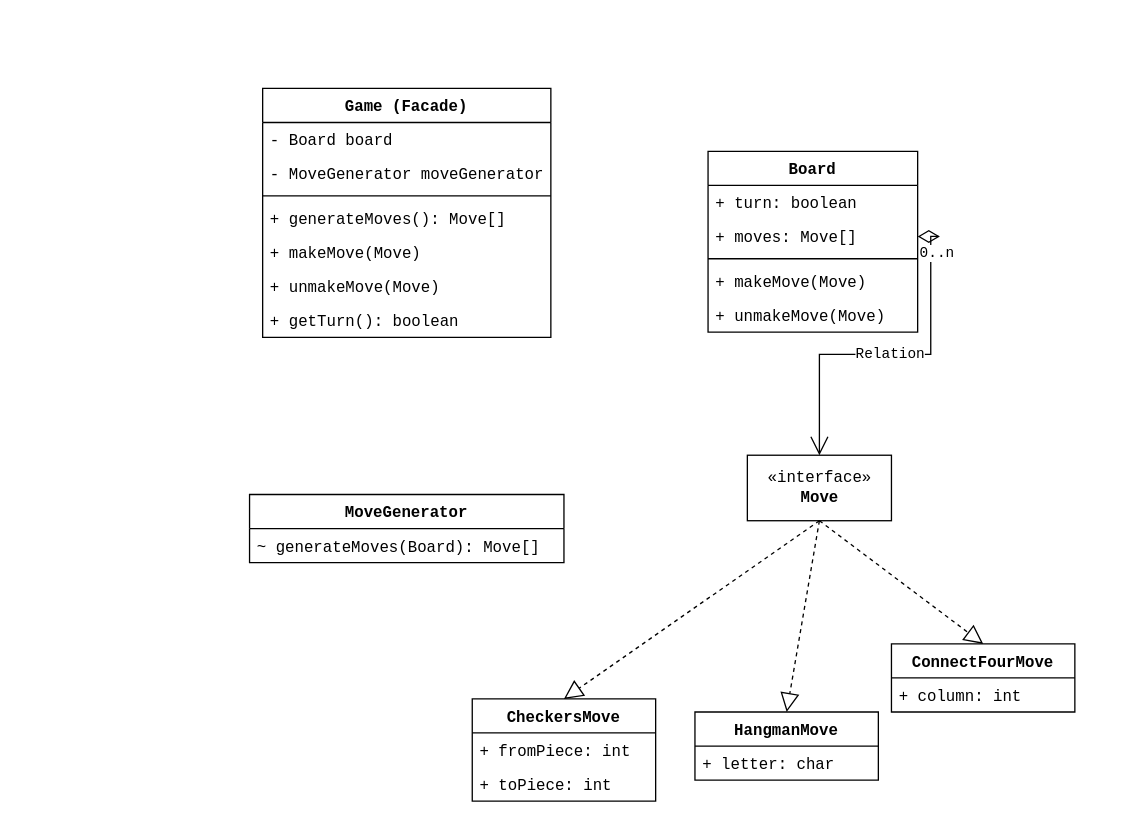
Earlier version of the draw.io diagram doc/uml.drawio (amygrinn/cps240-term-project). Source tidied: cells renumbered, new cells numbered last; positions are measured from the earlier drawing's top-left corner, leaving out a move shared by most shapes. Both pictures are drawn from the tidied source at 131%, with x=0, y=0 at pixel (249, 88).
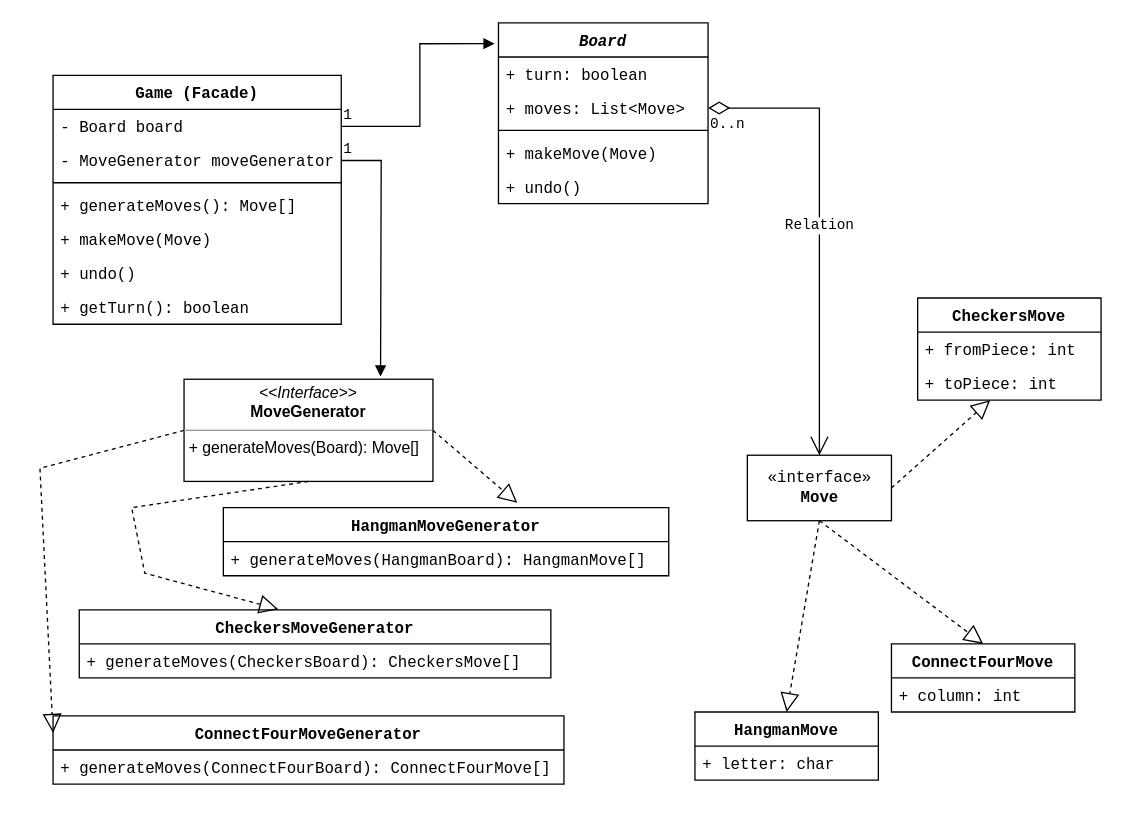
Above is the later version.

Unchanged cells that the change refers to:
```xml
<mxCell id="5" value="- Board board" style="text;strokeColor=none;fillColor=none;align=left;verticalAlign=top;spacingLeft=4;spacingRight=4;overflow=hidden;points=[[0,0.5],[1,0.5]];portConstraint=eastwest;fontFamily=Courier New;" parent="4" vertex="1">
  <mxGeometry y="26" width="220" height="26" as="geometry" />
</mxCell>
<mxCell id="6" value="- MoveGenerator moveGenerator" style="text;strokeColor=none;fillColor=none;align=left;verticalAlign=top;spacingLeft=4;spacingRight=4;overflow=hidden;points=[[0,0.5],[1,0.5]];portConstraint=eastwest;fontFamily=Courier New;" parent="4" vertex="1">
  <mxGeometry y="52" width="220" height="26" as="geometry" />
</mxCell>
<mxCell id="18" value="+ toPiece: int" style="text;strokeColor=none;fillColor=none;align=left;verticalAlign=top;spacingLeft=4;spacingRight=4;overflow=hidden;points=[[0,0.5],[1,0.5]];portConstraint=eastwest;fontFamily=Courier New;" parent="16" vertex="1">
  <mxGeometry y="52" width="140" height="26" as="geometry" />
</mxCell>
<mxCell id="19" value="«interface»&lt;br&gt;&lt;b&gt;Move&lt;/b&gt;" style="html=1;fontFamily=Courier New;" parent="1" vertex="1">
  <mxGeometry x="380" y="280" width="110" height="50" as="geometry" />
</mxCell>
```

Diff of the diagram source:
```diff
@@
-    <mxCell id="2" value="MoveGenerator" style="swimlane;fontStyle=1;horizontal=1;startSize=26;fillColor=none;fontFamily=Courier New;" parent="1" vertex="1">
-      <mxGeometry y="310" width="240" height="52" as="geometry" />
-    </mxCell>
-    <mxCell id="3" value="~ generateMoves(Board): Move[]" style="text;strokeColor=none;fillColor=none;align=left;verticalAlign=top;spacingLeft=4;spacingRight=4;overflow=hidden;fontFamily=Courier New;" parent="2" vertex="1">
-      <mxGeometry y="26" width="240" height="26" as="geometry" />
-    </mxCell>
     <mxCell id="4" value="Game (Facade)" style="swimlane;fontStyle=1;align=center;verticalAlign=top;horizontal=1;startSize=26;fontFamily=Courier New;" parent="1" vertex="1">
-      <mxGeometry x="10" width="220" height="190" as="geometry" />
+      <mxGeometry x="-150" y="-10" width="220" height="190" as="geometry" />
     </mxCell>
@@
-    <mxCell id="10" value="+ unmakeMove(Move)" style="text;strokeColor=none;fillColor=none;align=left;verticalAlign=top;spacingLeft=4;spacingRight=4;overflow=hidden;fontFamily=Courier New;" parent="4" vertex="1">
+    <mxCell id="10" value="+ undo()" style="text;strokeColor=none;fillColor=none;align=left;verticalAlign=top;spacingLeft=4;spacingRight=4;overflow=hidden;fontFamily=Courier New;" parent="4" vertex="1">
       <mxGeometry y="138" width="220" height="26" as="geometry" />
     </mxCell>
@@
     <mxCell id="16" value="CheckersMove" style="swimlane;fontStyle=1;horizontal=1;startSize=26;fillColor=none;fontFamily=Courier New;" parent="1" vertex="1">
-      <mxGeometry x="170" y="466" width="140" height="78" as="geometry" />
+      <mxGeometry x="510" y="160" width="140" height="78" as="geometry" />
     </mxCell>
@@
-    <mxCell id="21" style="endArrow=block;dashed=1;endFill=0;endSize=12;html=1;rounded=0;fontFamily=Courier New;entryX=0.5;entryY=0;entryDx=0;entryDy=0;exitX=0.5;exitY=1;exitDx=0;exitDy=0;" parent="1" edge="1" source="19" target="16">
+    <mxCell id="21" style="endArrow=block;dashed=1;endFill=0;endSize=12;html=1;rounded=0;fontFamily=Courier New;exitX=1;exitY=0.5;exitDx=0;exitDy=0;" parent="1" edge="1" source="19" target="18">
       <mxGeometry relative="1" as="geometry" />
     </mxCell>
@@
-    <mxCell id="23" value="Board" style="swimlane;fontStyle=1;align=center;verticalAlign=top;horizontal=1;startSize=26;fontFamily=Courier New;" parent="1" vertex="1">
-      <mxGeometry x="350" y="48" width="160" height="138" as="geometry" />
+    <mxCell id="23" value="Board" style="swimlane;fontStyle=3;align=center;verticalAlign=top;horizontal=1;startSize=26;fontFamily=Courier New;" parent="1" vertex="1">
+      <mxGeometry x="190" y="-50" width="160" height="138" as="geometry" />
     </mxCell>
@@
-    <mxCell id="25" value="+ moves: Move[]" style="text;strokeColor=none;fillColor=none;align=left;verticalAlign=top;spacingLeft=4;spacingRight=4;overflow=hidden;points=[[0,0.5],[1,0.5]];portConstraint=eastwest;fontFamily=Courier New;" parent="23" vertex="1">
+    <mxCell id="25" value="+ moves: List&lt;Move&gt;" style="text;strokeColor=none;fillColor=none;align=left;verticalAlign=top;spacingLeft=4;spacingRight=4;overflow=hidden;points=[[0,0.5],[1,0.5]];portConstraint=eastwest;fontFamily=Courier New;" parent="23" vertex="1">
       <mxGeometry y="52" width="160" height="26" as="geometry" />
     </mxCell>
@@
-    <mxCell id="28" value="+ unmakeMove(Move)" style="text;strokeColor=none;fillColor=none;align=left;verticalAlign=top;spacingLeft=4;spacingRight=4;overflow=hidden;fontFamily=Courier New;" parent="23" vertex="1">
+    <mxCell id="28" value="+ undo()" style="text;strokeColor=none;fillColor=none;align=left;verticalAlign=top;spacingLeft=4;spacingRight=4;overflow=hidden;fontFamily=Courier New;" parent="23" vertex="1">
       <mxGeometry y="112" width="160" height="26" as="geometry" />
     </mxCell>
@@
+    <mxCell id="31" value="CheckersMoveGenerator" style="swimlane;fontStyle=1;horizontal=1;startSize=26;fillColor=none;fontFamily=Courier New;" parent="1" vertex="1">
+      <mxGeometry x="-130" y="398" width="360" height="52" as="geometry" />
+    </mxCell>
+    <mxCell id="32" value="+ generateMoves(CheckersBoard): CheckersMove[]" style="text;strokeColor=none;fillColor=none;align=left;verticalAlign=top;spacingLeft=4;spacingRight=4;overflow=hidden;fontFamily=Courier New;" parent="31" vertex="1">
+      <mxGeometry y="26" width="360" height="26" as="geometry" />
+    </mxCell>
+    <mxCell id="33" value="&lt;p style=&quot;margin:0px;margin-top:4px;text-align:center;&quot;&gt;&lt;i&gt;&amp;lt;&amp;lt;Interface&amp;gt;&amp;gt;&lt;/i&gt;&lt;br&gt;&lt;b&gt;MoveGenerator&lt;/b&gt;&lt;/p&gt;&lt;hr size=&quot;1&quot;&gt;&lt;p style=&quot;margin:0px;margin-left:4px;&quot;&gt;+ generateMoves(Board): Move[]&lt;/p&gt;" style="verticalAlign=top;align=left;overflow=fill;fontSize=12;fontFamily=Helvetica;html=1;" parent="1" vertex="1">
+      <mxGeometry x="-50" y="222" width="190" height="78" as="geometry" />
+    </mxCell>
+    <mxCell id="34" value="HangmanMoveGenerator" style="swimlane;fontStyle=1;horizontal=1;startSize=26;fillColor=none;fontFamily=Courier New;" parent="1" vertex="1">
+      <mxGeometry x="-20" y="320" width="340" height="52" as="geometry" />
+    </mxCell>
+    <mxCell id="35" value="+ generateMoves(HangmanBoard): HangmanMove[]" style="text;strokeColor=none;fillColor=none;align=left;verticalAlign=top;spacingLeft=4;spacingRight=4;overflow=hidden;fontFamily=Courier New;" parent="34" vertex="1">
+      <mxGeometry y="26" width="340" height="26" as="geometry" />
+    </mxCell>
+    <mxCell id="36" value="ConnectFourMoveGenerator" style="swimlane;fontStyle=1;horizontal=1;startSize=26;fillColor=none;fontFamily=Courier New;" parent="1" vertex="1">
+      <mxGeometry x="-150" y="479" width="390" height="52" as="geometry" />
+    </mxCell>
+    <mxCell id="37" value="+ generateMoves(ConnectFourBoard): ConnectFourMove[]" style="text;strokeColor=none;fillColor=none;align=left;verticalAlign=top;spacingLeft=4;spacingRight=4;overflow=hidden;fontFamily=Courier New;" parent="36" vertex="1">
+      <mxGeometry y="26" width="390" height="26" as="geometry" />
+    </mxCell>
+    <mxCell id="38" style="endArrow=block;dashed=1;endFill=0;endSize=12;html=1;rounded=0;fontFamily=Courier New;exitX=1;exitY=0.5;exitDx=0;exitDy=0;entryX=0.66;entryY=-0.069;entryDx=0;entryDy=0;entryPerimeter=0;" parent="1" edge="1" source="33" target="34">
+      <mxGeometry relative="1" as="geometry" />
+    </mxCell>
+    <mxCell id="39" style="endArrow=block;dashed=1;endFill=0;endSize=12;html=1;rounded=0;fontFamily=Courier New;exitX=0.5;exitY=1;exitDx=0;exitDy=0;entryX=0.422;entryY=-0.008;entryDx=0;entryDy=0;entryPerimeter=0;" parent="1" edge="1" source="33" target="31">
+      <mxGeometry relative="1" as="geometry">
+        <Array as="points">
+          <mxPoint x="-90" y="320" />
+          <mxPoint x="-80" y="370" />
+        </Array>
+      </mxGeometry>
+    </mxCell>
+    <mxCell id="40" style="endArrow=block;dashed=1;endFill=0;endSize=12;html=1;rounded=0;fontFamily=Courier New;exitX=0;exitY=0.5;exitDx=0;exitDy=0;entryX=0;entryY=0.25;entryDx=0;entryDy=0;" parent="1" edge="1" source="33" target="36">
+      <mxGeometry relative="1" as="geometry">
+        <Array as="points">
+          <mxPoint x="-160" y="290" />
+        </Array>
+      </mxGeometry>
+    </mxCell>
+    <mxCell id="41" style="endArrow=block;endFill=1;html=1;edgeStyle=orthogonalEdgeStyle;align=left;verticalAlign=top;rounded=0;fontFamily=Courier New;exitX=1;exitY=0.5;exitDx=0;exitDy=0;" parent="1" edge="1" source="6">
+      <mxGeometry x="-1" relative="1" as="geometry">
+        <mxPoint x="100" y="220" as="targetPoint" />
+      </mxGeometry>
+    </mxCell>
+    <mxCell id="42" value="1" style="edgeLabel;html=1;align=left;verticalAlign=bottom;fontFamily=Courier New;" parent="41" vertex="1">
+      <mxGeometry x="-1" relative="1" as="geometry" />
+    </mxCell>
+    <mxCell id="43" style="endArrow=block;endFill=1;html=1;edgeStyle=orthogonalEdgeStyle;align=left;verticalAlign=top;rounded=0;fontFamily=Courier New;exitX=1;exitY=0.5;exitDx=0;exitDy=0;entryX=-0.018;entryY=0.115;entryDx=0;entryDy=0;entryPerimeter=0;" parent="1" edge="1" source="5" target="23">
+      <mxGeometry x="-1" relative="1" as="geometry" />
+    </mxCell>
+    <mxCell id="44" value="1" style="edgeLabel;html=1;align=left;verticalAlign=bottom;fontFamily=Courier New;" parent="43" vertex="1">
+      <mxGeometry x="-1" relative="1" as="geometry" />
+    </mxCell>
```
